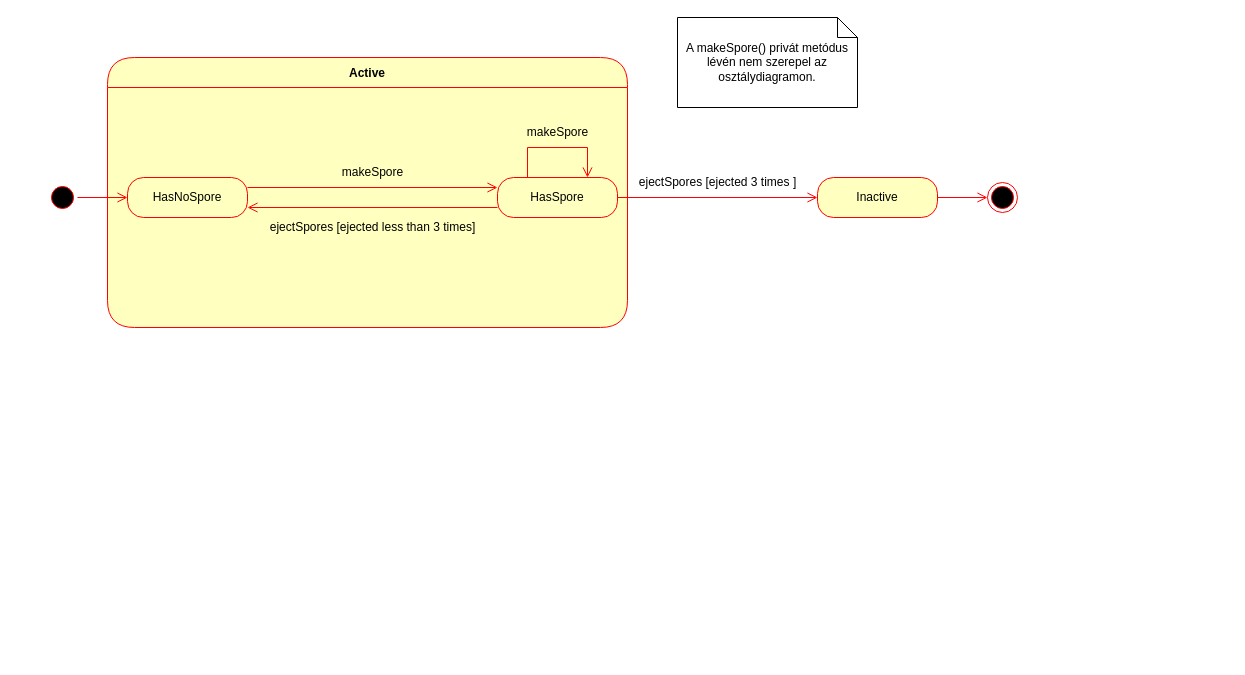
The draw.io diagram page "MushroomBody" (2 of 2) of StateChartok.drawio in koharzsombor/bandITs, before the edit. Source tidied: cells renumbered, new cells numbered last; positions are measured from the earlier drawing's top-left corner, leaving out a move shared by most shapes. Both pictures are drawn from the tidied source at 100%, with x=0, y=0 at pixel (47, 17).
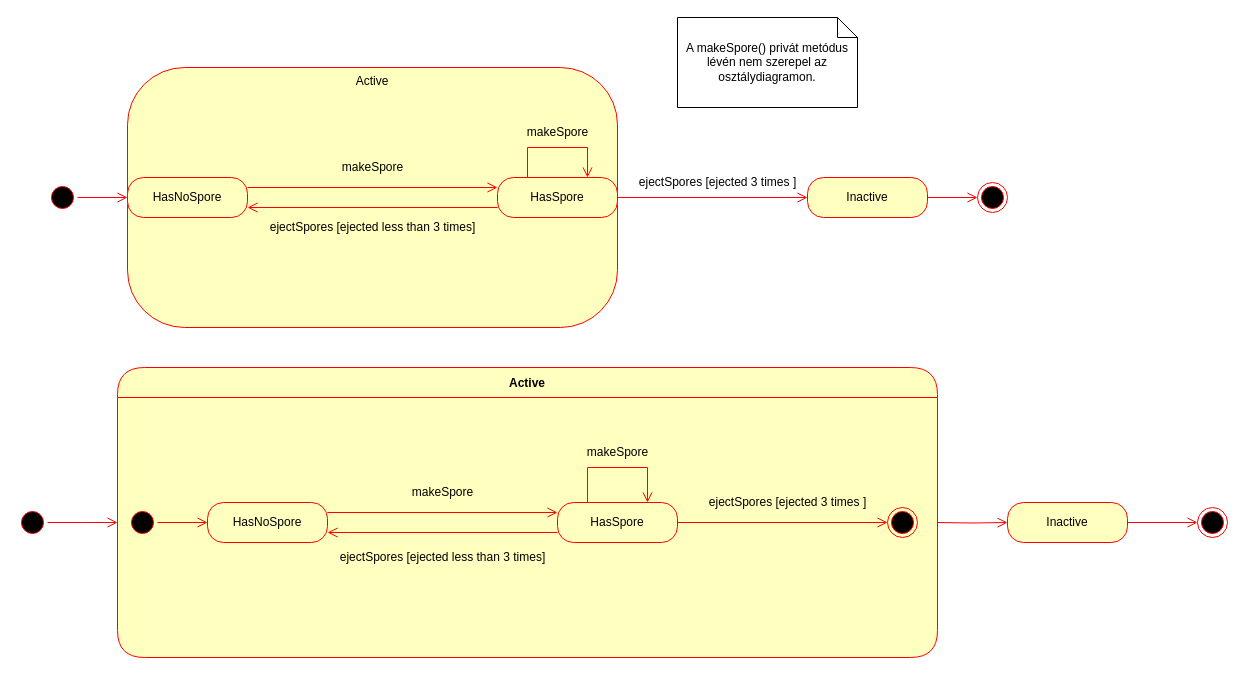
The same diagram, later.

Commit message:
#11 frissített State-chart

What changed in the source:
```diff
@@
+    <mxCell id="19" value="Active" style="rounded=1;whiteSpace=wrap;html=1;arcSize=22;fontColor=#000000;fillColor=#ffffc0;strokeColor=#ff0000;rotation=0;verticalAlign=top;glass=0;shadow=0;" parent="1" vertex="1">
+      <mxGeometry x="80" y="50" width="490" height="260" as="geometry" />
+    </mxCell>
     <mxCell id="2" value="Inactive" style="rounded=1;whiteSpace=wrap;html=1;arcSize=40;fontColor=#000000;fillColor=#ffffc0;strokeColor=#ff0000;" parent="1" vertex="1">
-      <mxGeometry x="770" y="160" width="120" height="40" as="geometry" />
+      <mxGeometry x="760" y="160" width="120" height="40" as="geometry" />
     </mxCell>
@@
     <mxCell id="5" style="ellipse;html=1;shape=endState;fillColor=#000000;strokeColor=#ff0000;" parent="1" vertex="1">
-      <mxGeometry x="940" y="165" width="30" height="30" as="geometry" />
+      <mxGeometry x="930" y="165" width="30" height="30" as="geometry" />
     </mxCell>
@@
     <mxCell id="7" value="Active" style="swimlane;fontStyle=1;align=center;verticalAlign=middle;horizontal=1;startSize=30;fontColor=#000000;rounded=1;arcSize=30;strokeColor=#ff0000;fillColor=#ffffc0;swimlaneFillColor=#ffffc0;" parent="1" vertex="1">
-      <mxGeometry x="60" y="40" width="520" height="270" as="geometry" />
+      <mxGeometry x="70" y="350" width="820" height="290" as="geometry" />
     </mxCell>
@@
     <mxCell id="14" value="makeSpore" style="text;html=1;align=center;verticalAlign=middle;strokeColor=none;fillColor=none;" parent="1" vertex="1">
-      <mxGeometry x="285" y="140" width="80" height="30" as="geometry" />
+      <mxGeometry x="285" y="135" width="80" height="30" as="geometry" />
     </mxCell>
@@
+    <mxCell id="20" style="ellipse;html=1;shape=startState;fillColor=#000000;strokeColor=#ff0000;" parent="1" vertex="1">
+      <mxGeometry x="-30" y="490" width="30" height="30" as="geometry" />
+    </mxCell>
+    <mxCell id="21" style="edgeStyle=orthogonalEdgeStyle;html=1;verticalAlign=bottom;endArrow=open;endSize=8;strokeColor=#ff0000;rounded=0;" parent="1" edge="1" source="20">
+      <mxGeometry relative="1" as="geometry">
+        <mxPoint x="70" y="505" as="targetPoint" />
+      </mxGeometry>
+    </mxCell>
+    <mxCell id="22" style="ellipse;html=1;shape=startState;fillColor=#000000;strokeColor=#ff0000;" parent="1" vertex="1">
+      <mxGeometry x="80" y="490" width="30" height="30" as="geometry" />
+    </mxCell>
+    <mxCell id="23" style="edgeStyle=orthogonalEdgeStyle;html=1;verticalAlign=bottom;endArrow=open;endSize=8;strokeColor=#ff0000;rounded=0;entryX=0;entryY=0.5;entryDx=0;entryDy=0;" parent="1" edge="1" source="22" target="24">
+      <mxGeometry relative="1" as="geometry" />
+    </mxCell>
+    <mxCell id="24" value="HasNoSpore" style="rounded=1;whiteSpace=wrap;html=1;arcSize=40;fontColor=#000000;fillColor=#ffffc0;strokeColor=#ff0000;" parent="1" vertex="1">
+      <mxGeometry x="160" y="485" width="120" height="40" as="geometry" />
+    </mxCell>
+    <mxCell id="25" style="edgeStyle=orthogonalEdgeStyle;html=1;verticalAlign=bottom;endArrow=open;endSize=8;strokeColor=#ff0000;rounded=0;exitX=1;exitY=0.25;exitDx=0;exitDy=0;entryX=0;entryY=0.25;entryDx=0;entryDy=0;" parent="1" edge="1" source="24" target="26">
+      <mxGeometry relative="1" as="geometry" />
+    </mxCell>
+    <mxCell id="26" value="HasSpore" style="rounded=1;whiteSpace=wrap;html=1;arcSize=40;fontColor=#000000;fillColor=#ffffc0;strokeColor=#ff0000;" parent="1" vertex="1">
+      <mxGeometry x="510" y="485" width="120" height="40" as="geometry" />
+    </mxCell>
+    <mxCell id="27" style="edgeStyle=orthogonalEdgeStyle;html=1;verticalAlign=bottom;endArrow=open;endSize=8;strokeColor=#ff0000;rounded=0;entryX=1;entryY=0.75;entryDx=0;entryDy=0;exitX=0;exitY=0.75;exitDx=0;exitDy=0;" parent="1" edge="1" source="26" target="24">
+      <mxGeometry relative="1" as="geometry" />
+    </mxCell>
+    <mxCell id="28" style="ellipse;html=1;shape=endState;fillColor=#000000;strokeColor=#ff0000;" parent="1" vertex="1">
+      <mxGeometry x="840" y="490" width="30" height="30" as="geometry" />
+    </mxCell>
+    <mxCell id="29" style="edgeStyle=orthogonalEdgeStyle;html=1;verticalAlign=bottom;endArrow=open;endSize=8;strokeColor=#ff0000;rounded=0;entryX=0;entryY=0.5;entryDx=0;entryDy=0;exitX=1;exitY=0.5;exitDx=0;exitDy=0;" parent="1" edge="1" source="26" target="28">
+      <mxGeometry relative="1" as="geometry" />
+    </mxCell>
+    <mxCell id="30" style="edgeStyle=orthogonalEdgeStyle;html=1;verticalAlign=bottom;endArrow=open;endSize=8;strokeColor=#ff0000;rounded=0;exitX=0.25;exitY=0;exitDx=0;exitDy=0;entryX=0.75;entryY=0;entryDx=0;entryDy=0;" parent="1" edge="1" source="26" target="26">
+      <mxGeometry relative="1" as="geometry">
+        <Array as="points">
+          <mxPoint x="540" y="450" />
+          <mxPoint x="600" y="450" />
+        </Array>
+      </mxGeometry>
+    </mxCell>
+    <mxCell id="31" value="makeSpore" style="text;html=1;align=center;verticalAlign=middle;strokeColor=none;fillColor=none;" parent="1" vertex="1">
+      <mxGeometry x="530" y="420" width="80" height="30" as="geometry" />
+    </mxCell>
+    <mxCell id="32" style="edgeStyle=orthogonalEdgeStyle;html=1;verticalAlign=bottom;endArrow=open;endSize=8;strokeColor=#ff0000;rounded=0;entryX=0;entryY=0.5;entryDx=0;entryDy=0;" parent="1" edge="1" target="36">
+      <mxGeometry relative="1" as="geometry">
+        <mxPoint x="890" y="505" as="sourcePoint" />
+      </mxGeometry>
+    </mxCell>
+    <mxCell id="33" value="ejectSpores [ejected 3 times ]" style="text;html=1;align=center;verticalAlign=middle;strokeColor=none;fillColor=none;" parent="1" vertex="1">
+      <mxGeometry x="650" y="470" width="180" height="30" as="geometry" />
+    </mxCell>
+    <mxCell id="34" value="ejectSpores [ejected less than 3 times]" style="text;html=1;align=center;verticalAlign=middle;strokeColor=none;fillColor=none;" parent="1" vertex="1">
+      <mxGeometry x="280" y="525" width="230" height="30" as="geometry" />
+    </mxCell>
+    <mxCell id="35" value="makeSpore" style="text;html=1;align=center;verticalAlign=middle;strokeColor=none;fillColor=none;" parent="1" vertex="1">
+      <mxGeometry x="355" y="460" width="80" height="30" as="geometry" />
+    </mxCell>
+    <mxCell id="36" value="Inactive" style="rounded=1;whiteSpace=wrap;html=1;arcSize=40;fontColor=#000000;fillColor=#ffffc0;strokeColor=#ff0000;" parent="1" vertex="1">
+      <mxGeometry x="960" y="485" width="120" height="40" as="geometry" />
+    </mxCell>
+    <mxCell id="37" style="ellipse;html=1;shape=endState;fillColor=#000000;strokeColor=#ff0000;" parent="1" vertex="1">
+      <mxGeometry x="1150" y="490" width="30" height="30" as="geometry" />
+    </mxCell>
+    <mxCell id="38" style="edgeStyle=orthogonalEdgeStyle;html=1;verticalAlign=bottom;endArrow=open;endSize=8;strokeColor=#ff0000;rounded=0;exitX=1;exitY=0.5;exitDx=0;exitDy=0;entryX=0;entryY=0.5;entryDx=0;entryDy=0;" parent="1" edge="1" source="36" target="37">
+      <mxGeometry relative="1" as="geometry" />
+    </mxCell>
```
